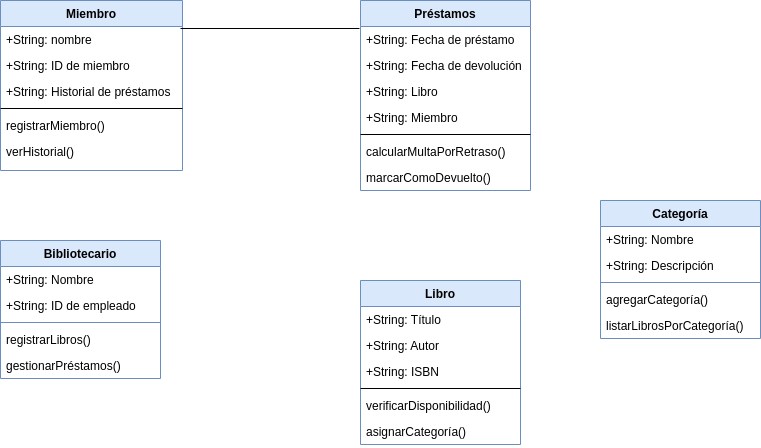
Earlier version of the draw.io export Diagrama2.png (aday-ctr/clases). Source tidied: cells renumbered, new cells last; positions are measured from the earlier drawing's top-left corner, leaving out a move shared by most shapes.
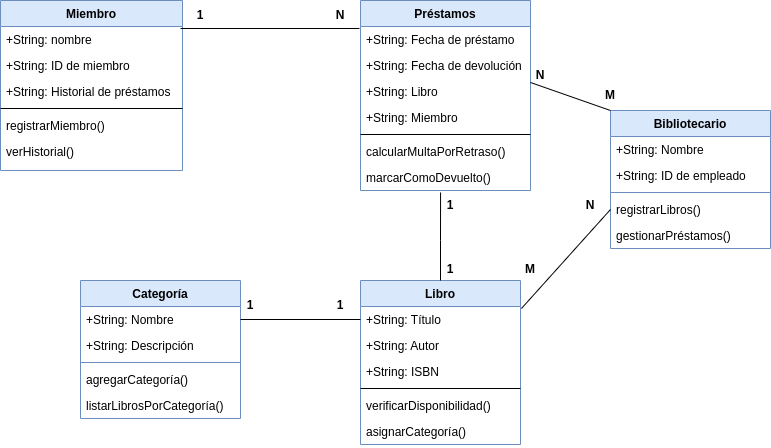
The same file after the commit.

What changed in the source:
```diff
@@ -69,7 +69,7 @@
       <mxGeometry y="138" width="182" height="26" as="geometry" />
     </mxCell>
     <mxCell id="24" value="Bibliotecario" style="swimlane;fontStyle=1;align=center;verticalAlign=top;horizontal=1;startSize=26;whiteSpace=wrap;html=1;fillColor=#dae8fc;strokeColor=#6c8ebf;" parent="1" vertex="1">
-      <mxGeometry y="240" width="160" height="138" as="geometry" />
+      <mxGeometry x="610" y="110" width="160" height="138" as="geometry" />
     </mxCell>
     <mxCell id="25" value="+String: Nombre" style="text;strokeColor=none;fillColor=none;align=left;verticalAlign=top;spacingLeft=4;spacingRight=4;overflow=hidden;whiteSpace=wrap;html=1;" parent="24" vertex="1">
       <mxGeometry y="26" width="160" height="26" as="geometry" />
@@ -87,7 +87,7 @@
       <mxGeometry y="112" width="160" height="26" as="geometry" />
     </mxCell>
     <mxCell id="30" value="Categoría" style="swimlane;fontStyle=1;align=center;verticalAlign=top;horizontal=1;startSize=26;whiteSpace=wrap;html=1;fillColor=#dae8fc;strokeColor=#6c8ebf;" parent="1" vertex="1">
-      <mxGeometry x="600" y="200" width="160" height="138" as="geometry" />
+      <mxGeometry x="80" y="280" width="160" height="138" as="geometry" />
     </mxCell>
     <mxCell id="31" value="+String: Nombre" style="text;strokeColor=none;fillColor=none;align=left;verticalAlign=top;spacingLeft=4;spacingRight=4;overflow=hidden;points=[[0,0.5],[1,0.5]];portConstraint=eastwest;whiteSpace=wrap;html=1;" parent="30" vertex="1">
       <mxGeometry y="26" width="160" height="26" as="geometry" />
@@ -107,5 +107,53 @@
     <mxCell id="36" style="endArrow=none;html=1;rounded=0;exitX=0.989;exitY=0.077;exitDx=0;exitDy=0;exitPerimeter=0;entryX=-0.006;entryY=0.077;entryDx=0;entryDy=0;entryPerimeter=0;" parent="1" edge="1" source="18" target="10">
       <mxGeometry relative="1" as="geometry" />
     </mxCell>
+    <mxCell id="37" style="endArrow=none;html=1;rounded=0;entryX=0.471;entryY=1.077;entryDx=0;entryDy=0;entryPerimeter=0;exitX=0.5;exitY=0;exitDx=0;exitDy=0;" parent="1" edge="1" source="2" target="16">
+      <mxGeometry relative="1" as="geometry">
+        <Array as="points">
+          <mxPoint x="440" y="240" />
+        </Array>
+      </mxGeometry>
+    </mxCell>
+    <mxCell id="38" value="&lt;b&gt;1&lt;/b&gt;" style="text;html=1;align=center;verticalAlign=middle;whiteSpace=wrap;rounded=0;" parent="1" vertex="1">
+      <mxGeometry x="170" width="60" height="30" as="geometry" />
+    </mxCell>
+    <mxCell id="39" value="&lt;b&gt;N&lt;/b&gt;" style="text;html=1;align=center;verticalAlign=middle;whiteSpace=wrap;rounded=0;" parent="1" vertex="1">
+      <mxGeometry x="310" width="60" height="30" as="geometry" />
+    </mxCell>
+    <mxCell id="40" value="&lt;b&gt;1&lt;/b&gt;" style="text;html=1;align=center;verticalAlign=middle;whiteSpace=wrap;rounded=0;" parent="1" vertex="1">
+      <mxGeometry x="420" y="190" width="60" height="30" as="geometry" />
+    </mxCell>
+    <mxCell id="41" value="&lt;b&gt;1&lt;/b&gt;" style="text;html=1;align=center;verticalAlign=middle;whiteSpace=wrap;rounded=0;" parent="1" vertex="1">
+      <mxGeometry x="420" y="254" width="60" height="30" as="geometry" />
+    </mxCell>
+    <mxCell id="42" style="endArrow=none;html=1;rounded=0;entryX=0;entryY=0;entryDx=0;entryDy=0;" parent="1" edge="1" target="24">
+      <mxGeometry relative="1" as="geometry">
+        <mxPoint x="530" y="82" as="sourcePoint" />
+      </mxGeometry>
+    </mxCell>
+    <mxCell id="43" value="&lt;b&gt;N&lt;/b&gt;" style="text;html=1;align=center;verticalAlign=middle;whiteSpace=wrap;rounded=0;" parent="1" vertex="1">
+      <mxGeometry x="510" y="60" width="60" height="30" as="geometry" />
+    </mxCell>
+    <mxCell id="44" style="endArrow=none;html=1;rounded=0;entryX=0;entryY=0.5;entryDx=0;entryDy=0;exitX=1.006;exitY=0.077;exitDx=0;exitDy=0;exitPerimeter=0;" parent="1" edge="1" source="3" target="28">
+      <mxGeometry relative="1" as="geometry" />
+    </mxCell>
+    <mxCell id="45" value="&lt;b&gt;N&lt;/b&gt;" style="text;html=1;align=center;verticalAlign=middle;whiteSpace=wrap;rounded=0;" parent="1" vertex="1">
+      <mxGeometry x="560" y="190" width="60" height="30" as="geometry" />
+    </mxCell>
+    <mxCell id="46" value="&lt;b&gt;M&lt;/b&gt;" style="text;html=1;align=center;verticalAlign=middle;whiteSpace=wrap;rounded=0;" parent="1" vertex="1">
+      <mxGeometry x="580" y="80" width="60" height="30" as="geometry" />
+    </mxCell>
+    <mxCell id="47" value="&lt;b&gt;M&lt;/b&gt;" style="text;html=1;align=center;verticalAlign=middle;whiteSpace=wrap;rounded=0;" parent="1" vertex="1">
+      <mxGeometry x="500" y="254" width="60" height="30" as="geometry" />
+    </mxCell>
+    <mxCell id="48" style="endArrow=none;html=1;rounded=0;exitX=1;exitY=0.5;exitDx=0;exitDy=0;entryX=0;entryY=0.5;entryDx=0;entryDy=0;" parent="1" edge="1" source="31" target="3">
+      <mxGeometry relative="1" as="geometry" />
+    </mxCell>
+    <mxCell id="49" value="&lt;b&gt;1&lt;/b&gt;" style="text;html=1;align=center;verticalAlign=middle;whiteSpace=wrap;rounded=0;" parent="1" vertex="1">
+      <mxGeometry x="220" y="290" width="60" height="30" as="geometry" />
+    </mxCell>
+    <mxCell id="50" value="&lt;b&gt;1&lt;/b&gt;" style="text;html=1;align=center;verticalAlign=middle;whiteSpace=wrap;rounded=0;" parent="1" vertex="1">
+      <mxGeometry x="310" y="290" width="60" height="30" as="geometry" />
+    </mxCell>
   </root>
 </mxGraphModel>
```
